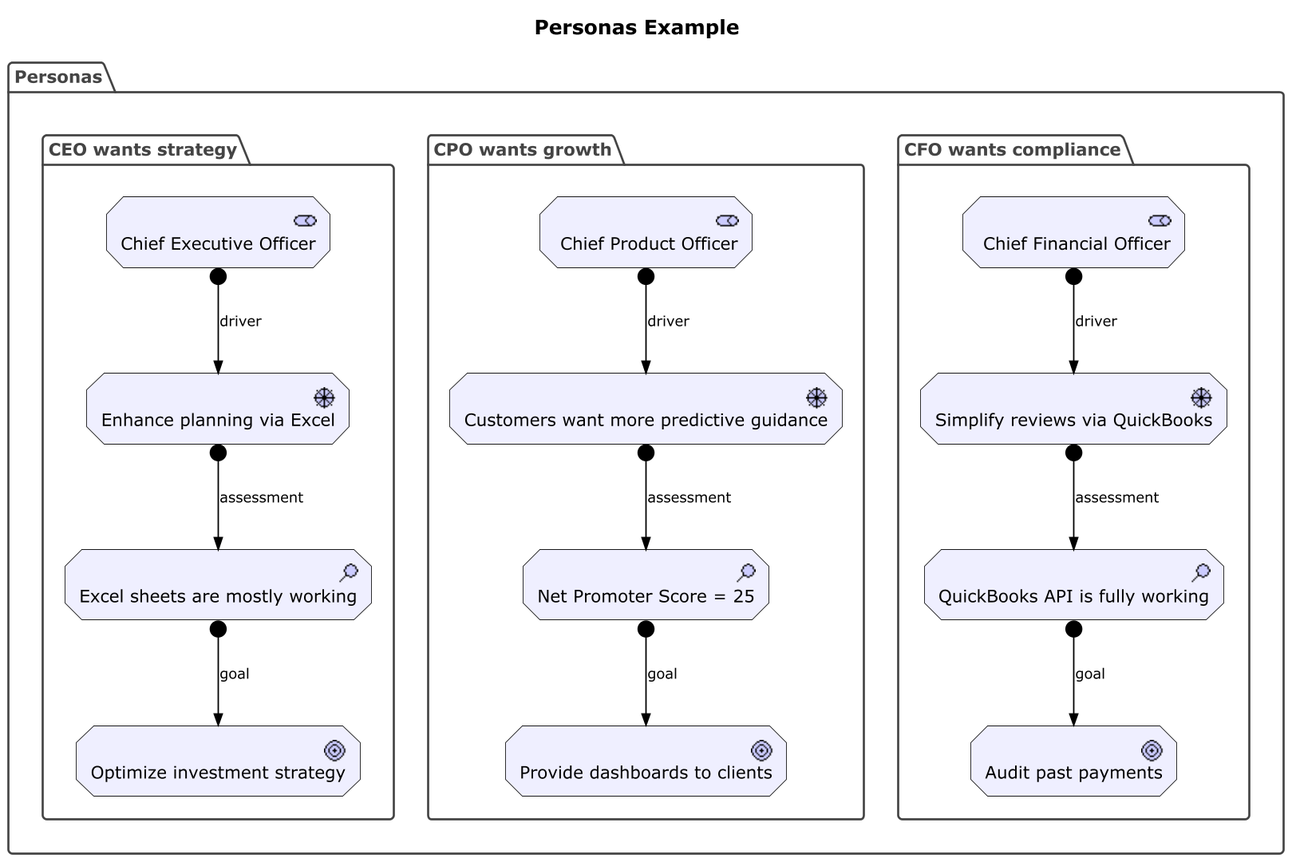
Earlier version of the PlantUML export doc/examples/personas/personas.png (SixArm/archimate-examples).
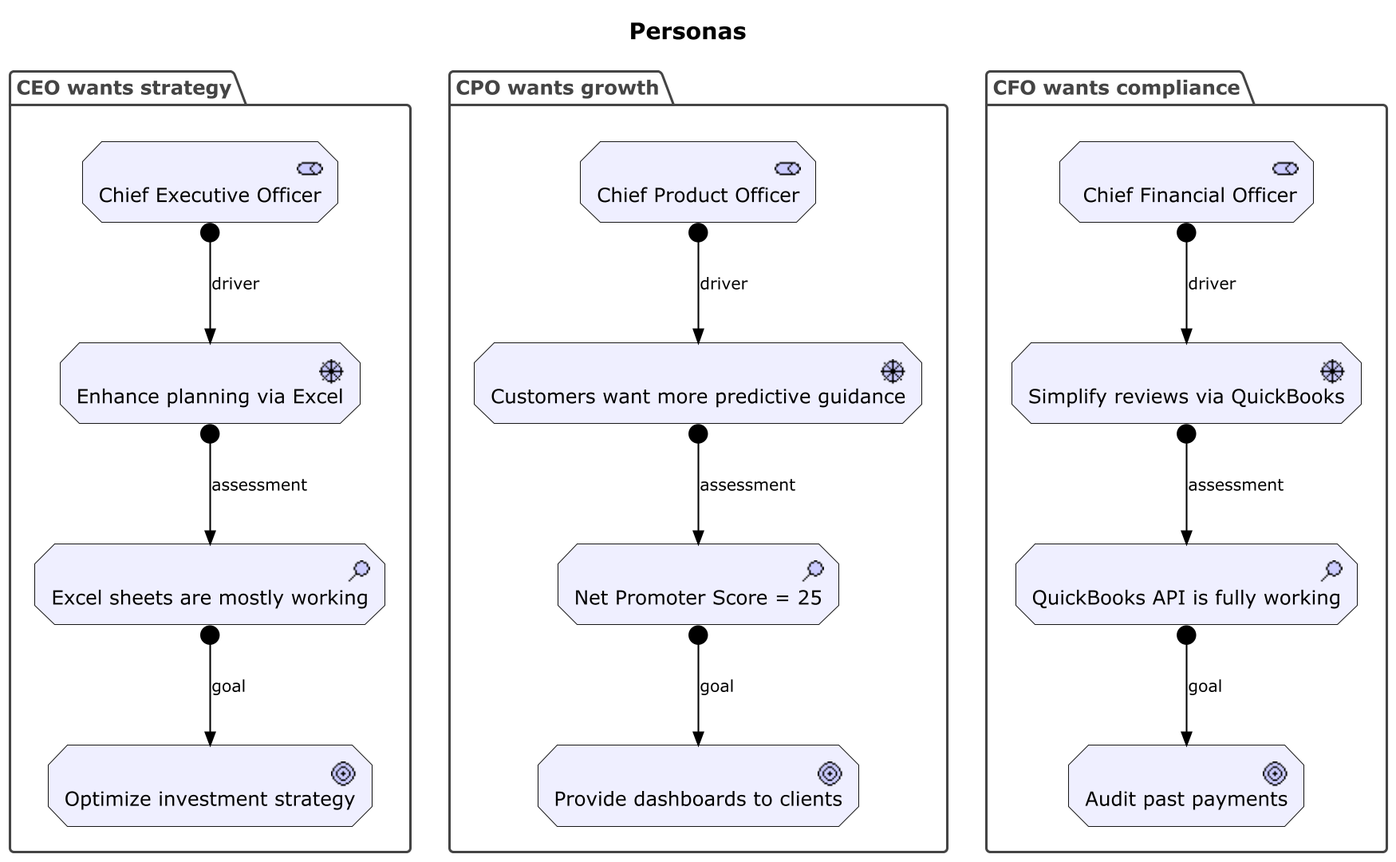
Later version of the same file.

What changed in the source:
```diff
@@ -1,46 +1,42 @@
 @startuml
 scale 1920*1080
-!include Archimate.puml
+!include ../Archimate.puml
 
-title Personas Example
+title Personas
 
-Group(personas, "Personas") {
+Group(group_ceo, "CEO wants strategy") {
 
-    Group(group_ceo, "CEO wants strategy") {
+    Motivation_Stakeholder(ceo, "Chief Executive Officer")
+    Motivation_Driver(enhance_future_investments, "Enhance planning via Excel")
+    Rel_Assignment(ceo, enhance_future_investments, "driver")
+    Motivation_Assessment(excel_assessment, "Excel sheets are mostly working")
+    Rel_Assignment(enhance_future_investments, excel_assessment, "assessment")
+    Motivation_Goal(optimize_investment_strategy, "Optimize investment strategy")
+    Rel_Assignment(excel_assessment, optimize_investment_strategy, "goal")
 
-        Motivation_Stakeholder(ceo, "Chief Executive Officer")
-        Motivation_Driver(enhance_future_investments, "Enhance planning via Excel")
-        Rel_Assignment(ceo, enhance_future_investments, "driver")
-        Motivation_Assessment(excel_assessment, "Excel sheets are mostly working")
-        Rel_Assignment(enhance_future_investments, excel_assessment, "assessment")
-        Motivation_Goal(optimize_investment_strategy, "Optimize investment strategy")
-        Rel_Assignment(excel_assessment, optimize_investment_strategy, "goal")
+}
 
-    }
+Group(group_cpo, "CPO wants growth") {
 
-    Group(group_cpo, "CPO wants growth") {
+    Motivation_Stakeholder(cpo, "Chief Product Officer")
+    Motivation_Driver(provide_better_advice, "Customers want more predictive guidance")
+    Rel_Assignment(cpo, provide_better_advice, "driver")
+    Motivation_Assessment(clients_assessment, "Net Promoter Score = 25")
+    Rel_Assignment(provide_better_advice, clients_assessment, "assessment")
+    Motivation_Goal(provide_dashboards, "Provide dashboards to clients")
+    Rel_Assignment(clients_assessment, provide_dashboards, "goal")
 
-        Motivation_Stakeholder(cpo, " Chief Product Officer")
-        Motivation_Driver(provide_better_advice, "Customers want more predictive guidance")
-        Rel_Assignment(cpo, provide_better_advice, "driver")
-        Motivation_Assessment(clients_assessment, "Net Promoter Score = 25")
-        Rel_Assignment(provide_better_advice, clients_assessment, "assessment")
-        Motivation_Goal(provide_dashboards, "Provide dashboards to clients")
-        Rel_Assignment(clients_assessment, provide_dashboards, "goal")
+}
 
-    }
+Group(group_cto, "CFO wants compliance") {
 
-    Group(group_cto, "CFO wants compliance") {
-
-        Motivation_Stakeholder(cfo, " Chief Financial Officer")
-        Motivation_Driver(simplify_past_analyses, "Simplify reviews via QuickBooks")
-        Rel_Assignment(cfo, simplify_past_analyses, "driver")
-        Motivation_Assessment(quickbooks_assessment, "QuickBooks API is fully working")
-        Rel_Assignment(simplify_past_analyses, quickbooks_assessment, "assessment")
-        Motivation_Goal(audit_past_payments, "Audit past payments")
-        Rel_Assignment(quickbooks_assessment, audit_past_payments, "goal")
-
-    }
+    Motivation_Stakeholder(cfo, " Chief Financial Officer")
+    Motivation_Driver(simplify_past_analyses, "Simplify reviews via QuickBooks")
+    Rel_Assignment(cfo, simplify_past_analyses, "driver")
+    Motivation_Assessment(quickbooks_assessment, "QuickBooks API is fully working")
+    Rel_Assignment(simplify_past_analyses, quickbooks_assessment, "assessment")
+    Motivation_Goal(audit_past_payments, "Audit past payments")
+    Rel_Assignment(quickbooks_assessment, audit_past_payments, "goal")
 
 }
 
```
